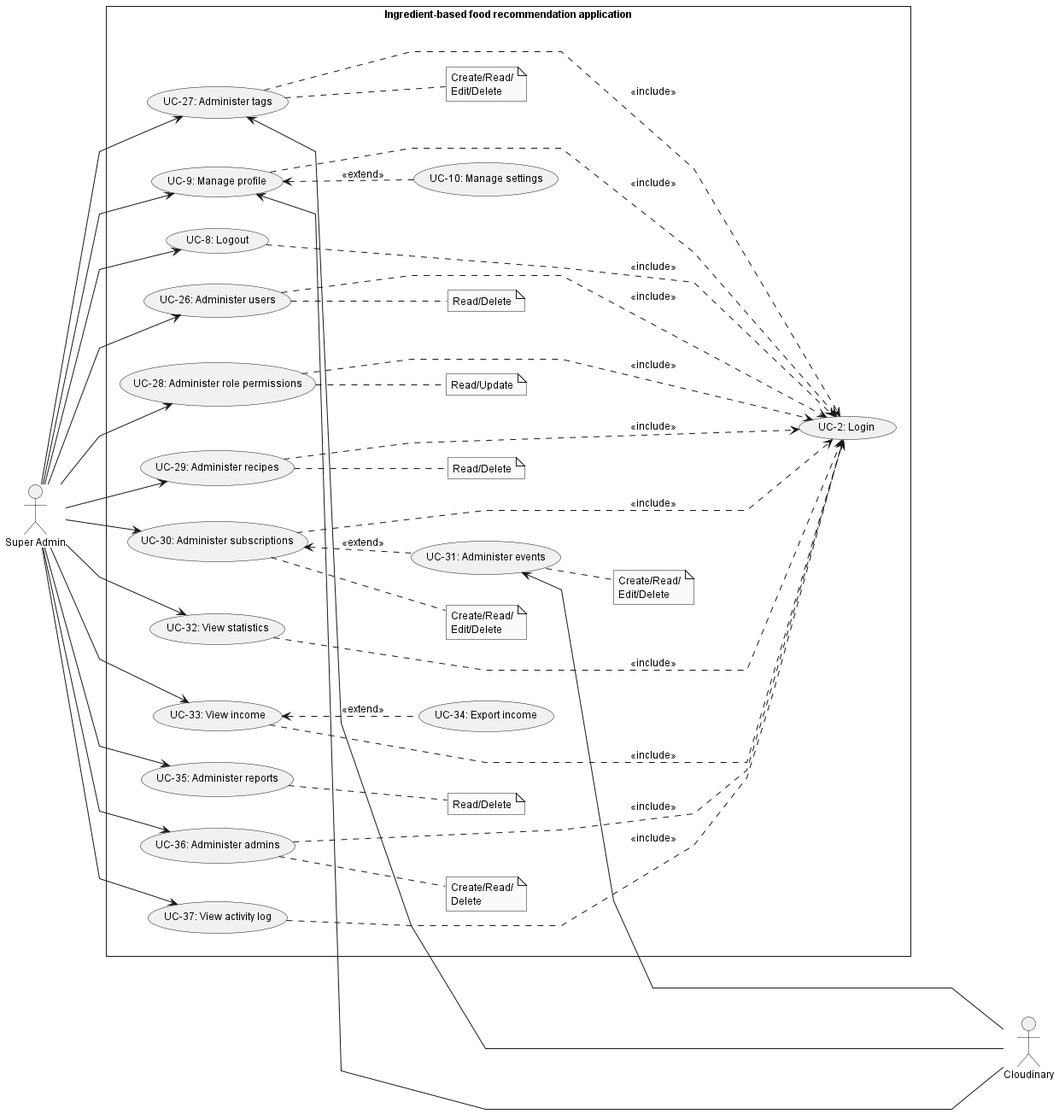
Before: doc/SRS/Usecase/SuperAdminUsecase/SuperAdminUsecase.png, a diagram exported from PlantUML (Carl-Johnsons/tastopia).
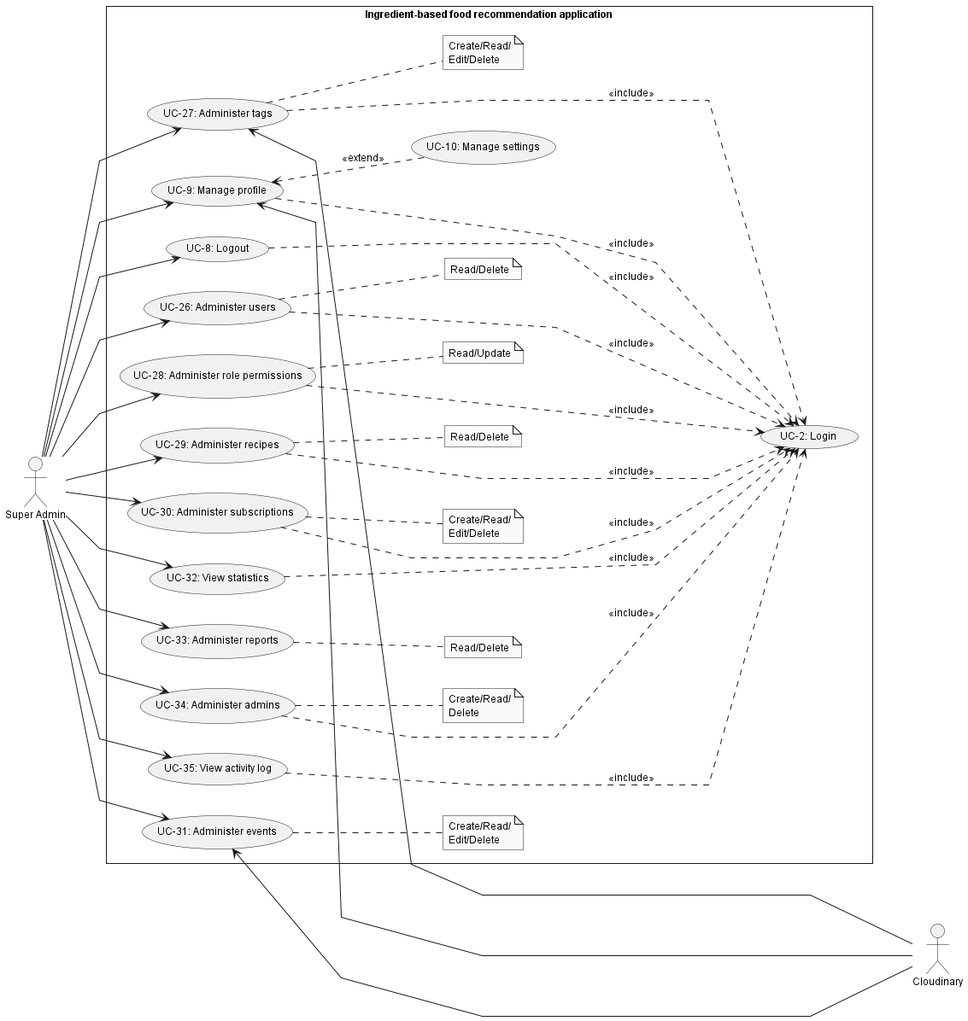
After the commit.

Commit message:
doc: update use case diagram

What changed in the source:
```diff
@@ -18,13 +18,11 @@
     usecase "UC-28: Administer role permissions" as ucAdmRolePermis
     usecase "UC-29: Administer recipes" as ucAdmRecipe
     usecase "UC-30: Administer subscriptions" as ucAdmSubcript
-        usecase "UC-31: Administer events" as ucAdmEvent
+    usecase "UC-31: Administer events" as ucAdmEvent
     usecase "UC-32: View statistics" as ucViewStatistic
-        usecase "UC-33: View income" as ucViewIncome
-        usecase "UC-34: Export income" as ucExportIncome
-    usecase "UC-35: Administer reports" as ucAdmReport
-    usecase "UC-36: Administer admins" as ucAdmAdmin
-    usecase "UC-37: View activity log" as ucViewActivityLog
+    usecase "UC-33: Administer reports" as ucAdmReport
+    usecase "UC-34: Administer admins" as ucAdmAdmin
+    usecase "UC-35: View activity log" as ucViewActivityLog
 
     note "Read/Delete" as noteAdmUser
     note "Read/Delete" as noteAdmRecipe
@@ -46,12 +44,10 @@
     admin --> ucAdmRolePermis
         ucAdmRolePermis .. noteAmdRolePermis
     admin --> ucAdmSubcript
-        ucAdmSubcript <.. ucAdmEvent : <<extend>>
-            ucAdmEvent .. noteAdmEvent
         ucAdmSubcript .. noteAdmSubcipt
+    admin --> ucAdmEvent
+        ucAdmEvent .. noteAdmEvent
     admin --> ucViewStatistic
-    admin --> ucViewIncome
-        ucViewIncome <.. ucExportIncome : <<extend>>
     admin --> ucViewActivityLog
     admin --> ucManageProfile
         ucManageProfile <.. ucManageSetting: <<extend>>
@@ -66,7 +62,6 @@
     ucAdmRecipe .....> ucLogin : <<include>>
     ucAdmTags .....> ucLogin : <<include>>
     ucAdmSubcript .....> ucLogin : <<include>>
-    ucViewIncome .....> ucLogin : <<include>>
     ucManageProfile .....> ucLogin : <<include>>
     ucViewActivityLog .....> ucLogin : <<include>>
     ucAdmAdmin .....> ucLogin : <<include>>
```
